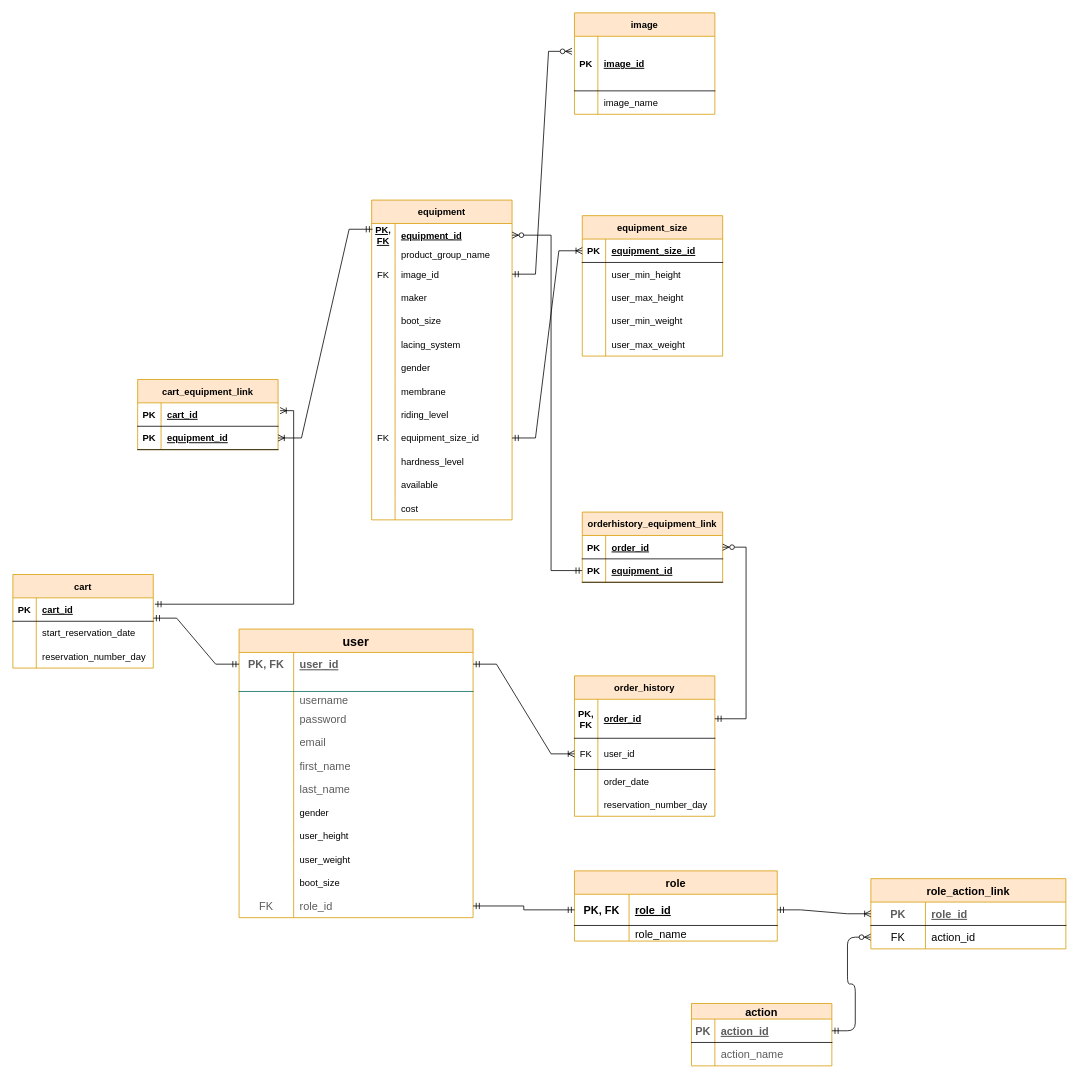
The draw.io diagram page "v.1" (1 of 3) of Snow_World-uml_diagram.drawio in evzhigalko/snow-world, before the edit. Source tidied: cells renumbered, new cells numbered last; positions are measured from the earlier drawing's top-left corner, leaving out a move shared by most shapes. Both pictures are drawn from the tidied source at 78%, with x=0, y=0 at pixel (12, 12).
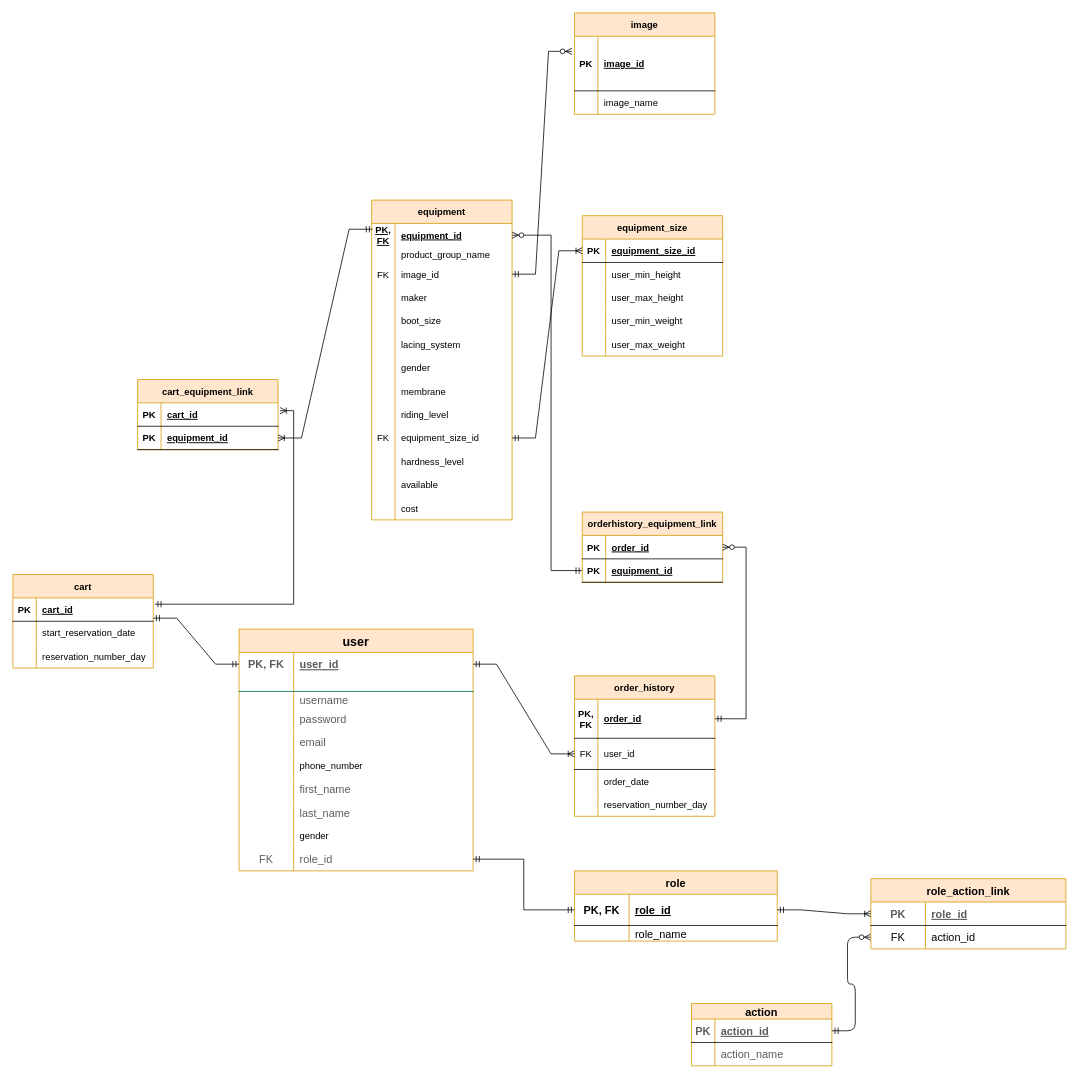
The same page after the edit.

What changed in the source:
```diff
@@
     <mxCell id="67" value="user" style="shape=table;startSize=30;childLayout=tableLayout;rowLines=0;fontStyle=1;align=center;rounded=0;sketch=0;flipH=1;flipV=0;perimeterSpacing=0;shadow=0;swimlaneLine=1;fontSize=16;fillColor=#ffe6cc;strokeColor=#d79b00;" parent="1" vertex="1">
-      <mxGeometry x="290" y="790" width="300" height="370" as="geometry" />
+      <mxGeometry x="290" y="790" width="300" height="310" as="geometry" />
     </mxCell>
@@
+    <mxCell id="92" style="shape=partialRectangle;fillColor=none;top=0;left=0;bottom=0;right=0;" parent="67" vertex="1">
+      <mxGeometry y="160" width="300" height="30" as="geometry" />
+    </mxCell>
+    <mxCell id="93" style="shape=partialRectangle;fillColor=none;top=0;left=0;bottom=0;right=0;overflow=hidden;" parent="92" vertex="1">
+      <mxGeometry width="70" height="30" as="geometry" />
+    </mxCell>
+    <mxCell id="94" value="phone_number" style="shape=partialRectangle;fillColor=none;top=0;left=0;bottom=0;right=0;align=left;spacingLeft=6;overflow=hidden;" parent="92" vertex="1">
+      <mxGeometry x="70" width="230" height="30" as="geometry" />
+    </mxCell>
     <mxCell id="83" style="shape=partialRectangle;fillColor=none;top=0;left=0;bottom=0;right=0;rounded=0;shadow=0;sketch=0;fontSize=14;fontColor=#5C5C5C;strokeColor=default;" parent="67" vertex="1">
-      <mxGeometry y="160" width="300" height="30" as="geometry" />
+      <mxGeometry y="190" width="300" height="30" as="geometry" />
     </mxCell>
@@
     <mxCell id="86" style="shape=partialRectangle;fillColor=none;top=0;left=0;bottom=0;right=0;rounded=0;shadow=0;sketch=0;fontSize=14;fontColor=#5C5C5C;strokeColor=default;" parent="67" vertex="1">
-      <mxGeometry y="190" width="300" height="30" as="geometry" />
+      <mxGeometry y="220" width="300" height="30" as="geometry" />
     </mxCell>
@@
     <mxCell id="89" style="shape=partialRectangle;fillColor=none;top=0;left=0;bottom=0;right=0;" parent="67" vertex="1">
-      <mxGeometry y="220" width="300" height="30" as="geometry" />
+      <mxGeometry y="250" width="300" height="30" as="geometry" />
     </mxCell>
@@
-    <mxCell id="92" style="shape=partialRectangle;fillColor=none;top=0;left=0;bottom=0;right=0;" parent="67" vertex="1">
-      <mxGeometry y="250" width="300" height="30" as="geometry" />
-    </mxCell>
-    <mxCell id="93" style="shape=partialRectangle;fillColor=none;top=0;left=0;bottom=0;right=0;overflow=hidden;" parent="92" vertex="1">
-      <mxGeometry width="70" height="30" as="geometry" />
-    </mxCell>
-    <mxCell id="94" value="user_height" style="shape=partialRectangle;fillColor=none;top=0;left=0;bottom=0;right=0;align=left;spacingLeft=6;overflow=hidden;" parent="92" vertex="1">
-      <mxGeometry x="70" width="230" height="30" as="geometry" />
-    </mxCell>
-    <mxCell id="95" style="shape=partialRectangle;fillColor=none;top=0;left=0;bottom=0;right=0;" parent="67" vertex="1">
-      <mxGeometry y="280" width="300" height="30" as="geometry" />
-    </mxCell>
-    <mxCell id="96" style="shape=partialRectangle;fillColor=none;top=0;left=0;bottom=0;right=0;overflow=hidden;" parent="95" vertex="1">
-      <mxGeometry width="70" height="30" as="geometry" />
-    </mxCell>
-    <mxCell id="97" value="user_weight" style="shape=partialRectangle;fillColor=none;top=0;left=0;bottom=0;right=0;align=left;spacingLeft=6;overflow=hidden;" parent="95" vertex="1">
-      <mxGeometry x="70" width="230" height="30" as="geometry" />
-    </mxCell>
-    <mxCell id="98" style="shape=partialRectangle;fillColor=none;top=0;left=0;bottom=0;right=0;" parent="67" vertex="1">
-      <mxGeometry y="310" width="300" height="30" as="geometry" />
-    </mxCell>
-    <mxCell id="99" style="shape=partialRectangle;fillColor=none;top=0;left=0;bottom=0;right=0;overflow=hidden;" parent="98" vertex="1">
-      <mxGeometry width="70" height="30" as="geometry" />
-    </mxCell>
-    <mxCell id="100" value="boot_size" style="shape=partialRectangle;fillColor=none;top=0;left=0;bottom=0;right=0;align=left;spacingLeft=6;overflow=hidden;" parent="98" vertex="1">
-      <mxGeometry x="70" width="230" height="30" as="geometry" />
-    </mxCell>
     <mxCell id="101" style="shape=partialRectangle;fillColor=none;top=0;left=0;bottom=0;right=0;points=[[0,0.5],[1,0.5]];portConstraint=eastwest;rounded=0;shadow=0;sketch=0;fontSize=14;fontColor=#5C5C5C;strokeColor=default;" parent="67" vertex="1">
-      <mxGeometry y="340" width="300" height="30" as="geometry" />
+      <mxGeometry y="280" width="300" height="30" as="geometry" />
     </mxCell>
```
